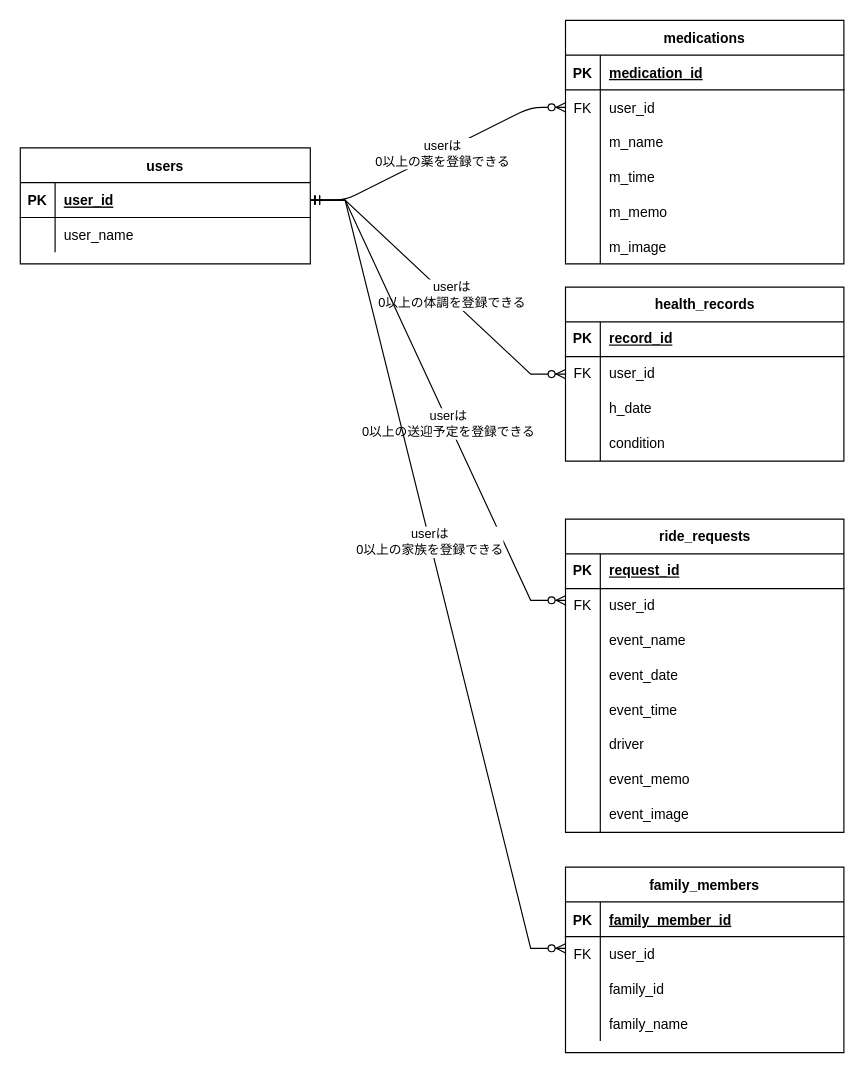
Before: 名称未設定ファイル.drawio in Fumiha/coupleApp, a draw.io diagram. Source tidied: cells renumbered, new cells numbered last; positions are measured from the earlier drawing's top-left corner, leaving out a move shared by most shapes. Both pictures are drawn from the tidied source at 116%, with x=0, y=0 at pixel (20, 20).
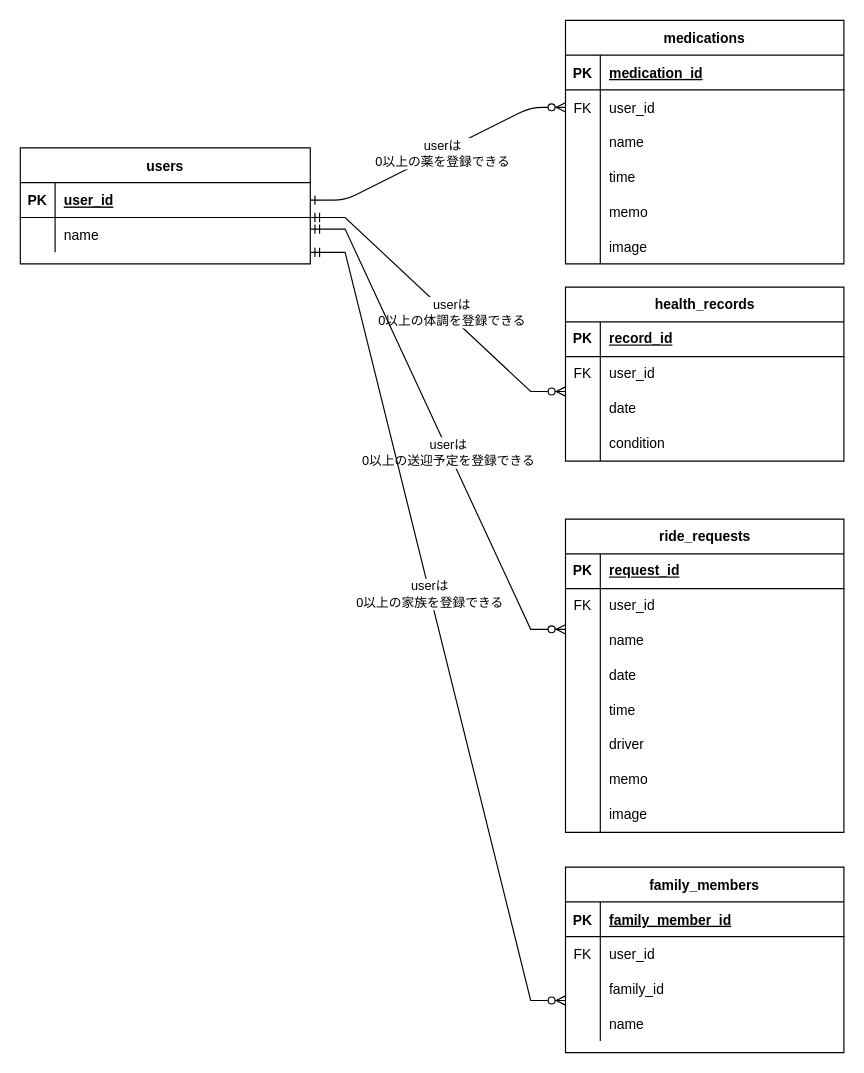
After the change.

Commit message:
名称未設定ファイル.drawio を更新します

The change refers to these unchanged cells:
```xml
<mxCell id="11" style="shape=partialRectangle;fillColor=none;top=0;left=0;right=0;bottom=0;" parent="4" vertex="1">
  <mxGeometry y="90" width="240" height="30" as="geometry" />
</mxCell>
<mxCell id="14" style="shape=partialRectangle;fillColor=none;top=0;left=0;right=0;bottom=0;" parent="4" vertex="1">
  <mxGeometry y="120" width="240" height="30" as="geometry" />
</mxCell>
<mxCell id="17" style="shape=partialRectangle;fillColor=none;top=0;left=0;right=0;bottom=0;" parent="4" vertex="1">
  <mxGeometry y="150" width="240" height="30" as="geometry" />
</mxCell>
<mxCell id="20" style="shape=partialRectangle;fillColor=none;top=0;left=0;right=0;bottom=0;" parent="4" vertex="1">
  <mxGeometry y="180" width="240" height="30" as="geometry" />
</mxCell>
<mxCell id="33" style="shape=partialRectangle;fillColor=none;top=0;left=0;right=0;bottom=0;" parent="23" vertex="1">
  <mxGeometry y="120" width="240" height="30" as="geometry" />
</mxCell>
<mxCell id="37" style="shape=partialRectangle;fillColor=none;points=[[0,0.5],[1,0.5]];portConstraint=eastwest;top=0;left=0;right=0;bottom=1;" parent="36" vertex="1">
  <mxGeometry y="30" width="250" height="30" as="geometry" />
</mxCell>
<mxCell id="40" style="shape=partialRectangle;fillColor=none;top=0;left=0;right=0;bottom=0;" parent="36" vertex="1">
  <mxGeometry y="60" width="250" height="30" as="geometry" />
</mxCell>
<mxCell id="50" style="shape=tableRow;horizontal=0;startSize=0;swimlaneHead=0;swimlaneBody=0;fillColor=none;top=0;left=0;right=0;bottom=0;" parent="43" vertex="1">
  <mxGeometry y="90" width="240" height="30" as="geometry" />
</mxCell>
<mxCell id="53" style="shape=tableRow;horizontal=0;startSize=0;swimlaneHead=0;swimlaneBody=0;fillColor=none;top=0;left=0;right=0;bottom=0;" parent="43" vertex="1">
  <mxGeometry y="120" width="240" height="30" as="geometry" />
</mxCell>
<mxCell id="56" style="shape=tableRow;horizontal=0;startSize=0;swimlaneHead=0;swimlaneBody=0;fillColor=none;top=0;left=0;right=0;bottom=0;" parent="43" vertex="1">
  <mxGeometry y="150" width="240" height="30" as="geometry" />
</mxCell>
<mxCell id="62" style="shape=tableRow;horizontal=0;startSize=0;swimlaneHead=0;swimlaneBody=0;fillColor=none;top=0;left=0;right=0;bottom=0;" parent="43" vertex="1">
  <mxGeometry y="210" width="240" height="30" as="geometry" />
</mxCell>
<mxCell id="65" style="shape=tableRow;horizontal=0;startSize=0;swimlaneHead=0;swimlaneBody=0;fillColor=none;top=0;left=0;right=0;bottom=0;" parent="43" vertex="1">
  <mxGeometry y="240" width="240" height="30" as="geometry" />
</mxCell>
<mxCell id="72" style="shape=tableRow;horizontal=0;startSize=0;swimlaneHead=0;swimlaneBody=0;fillColor=none;points=[[0,0.5],[1,0.5]];portConstraint=eastwest;top=0;left=0;right=0;bottom=0;" parent="68" vertex="1">
  <mxGeometry y="60" width="240" height="30" as="geometry" />
</mxCell>
<mxCell id="75" style="shape=tableRow;horizontal=0;startSize=0;swimlaneHead=0;swimlaneBody=0;fillColor=none;top=0;left=0;right=0;bottom=0;" parent="68" vertex="1">
  <mxGeometry y="90" width="240" height="30" as="geometry" />
</mxCell>
```

The edit, as a diff of the source:
```diff
@@
-    <mxCell id="13" value="m_name" style="shape=partialRectangle;overflow=hidden;fillColor=none;top=0;left=0;bottom=0;right=0;align=left;spacingLeft=6;" parent="11" vertex="1">
+    <mxCell id="13" value="name" style="shape=partialRectangle;overflow=hidden;fillColor=none;top=0;left=0;bottom=0;right=0;align=left;spacingLeft=6;" parent="11" vertex="1">
       <mxGeometry x="30" width="210" height="30" as="geometry" />
     </mxCell>
@@
-    <mxCell id="16" value="m_time" style="shape=partialRectangle;overflow=hidden;fillColor=none;top=0;left=0;bottom=0;right=0;align=left;spacingLeft=6;" parent="14" vertex="1">
+    <mxCell id="16" value="time" style="shape=partialRectangle;overflow=hidden;fillColor=none;top=0;left=0;bottom=0;right=0;align=left;spacingLeft=6;" parent="14" vertex="1">
       <mxGeometry x="30" width="210" height="30" as="geometry" />
     </mxCell>
@@
-    <mxCell id="19" value="m_memo" style="shape=partialRectangle;overflow=hidden;fillColor=none;top=0;left=0;bottom=0;right=0;align=left;spacingLeft=6;" parent="17" vertex="1">
+    <mxCell id="19" value="memo" style="shape=partialRectangle;overflow=hidden;fillColor=none;top=0;left=0;bottom=0;right=0;align=left;spacingLeft=6;" parent="17" vertex="1">
       <mxGeometry x="30" width="210" height="30" as="geometry" />
     </mxCell>
@@
-    <mxCell id="22" value="m_image" style="shape=partialRectangle;overflow=hidden;fillColor=none;top=0;left=0;bottom=0;right=0;align=left;spacingLeft=6;" parent="20" vertex="1">
+    <mxCell id="22" value="image" style="shape=partialRectangle;overflow=hidden;fillColor=none;top=0;left=0;bottom=0;right=0;align=left;spacingLeft=6;" parent="20" vertex="1">
       <mxGeometry x="30" width="210" height="30" as="geometry" />
     </mxCell>
@@
-    <mxCell id="35" value="family_name" style="shape=partialRectangle;overflow=hidden;fillColor=none;top=0;left=0;bottom=0;right=0;align=left;spacingLeft=6;" parent="33" vertex="1">
+    <mxCell id="35" value="name" style="shape=partialRectangle;overflow=hidden;fillColor=none;top=0;left=0;bottom=0;right=0;align=left;spacingLeft=6;" parent="33" vertex="1">
       <mxGeometry x="30" width="210" height="30" as="geometry" />
     </mxCell>
@@
-    <mxCell id="42" value="user_name" style="shape=partialRectangle;overflow=hidden;fillColor=none;top=0;left=0;bottom=0;right=0;align=left;spacingLeft=6;" parent="40" vertex="1">
+    <mxCell id="42" value="name" style="shape=partialRectangle;overflow=hidden;fillColor=none;top=0;left=0;bottom=0;right=0;align=left;spacingLeft=6;" parent="40" vertex="1">
       <mxGeometry x="30" width="220" height="30" as="geometry" />
     </mxCell>
@@
-    <mxCell id="52" value="event_name" style="shape=partialRectangle;fillColor=none;top=0;left=0;bottom=0;right=0;align=left;spacingLeft=6;overflow=hidden;whiteSpace=wrap;html=1;" parent="50" vertex="1">
+    <mxCell id="52" value="name" style="shape=partialRectangle;fillColor=none;top=0;left=0;bottom=0;right=0;align=left;spacingLeft=6;overflow=hidden;whiteSpace=wrap;html=1;" parent="50" vertex="1">
       <mxGeometry x="30" width="210" height="30" as="geometry" />
     </mxCell>
@@
-    <mxCell id="55" value="event_date" style="shape=partialRectangle;fillColor=none;top=0;left=0;bottom=0;right=0;align=left;spacingLeft=6;overflow=hidden;whiteSpace=wrap;html=1;" parent="53" vertex="1">
+    <mxCell id="55" value="date" style="shape=partialRectangle;fillColor=none;top=0;left=0;bottom=0;right=0;align=left;spacingLeft=6;overflow=hidden;whiteSpace=wrap;html=1;" parent="53" vertex="1">
       <mxGeometry x="30" width="210" height="30" as="geometry" />
     </mxCell>
@@
-    <mxCell id="58" value="event_time" style="shape=partialRectangle;fillColor=none;top=0;left=0;bottom=0;right=0;align=left;spacingLeft=6;overflow=hidden;whiteSpace=wrap;html=1;" parent="56" vertex="1">
+    <mxCell id="58" value="time" style="shape=partialRectangle;fillColor=none;top=0;left=0;bottom=0;right=0;align=left;spacingLeft=6;overflow=hidden;whiteSpace=wrap;html=1;" parent="56" vertex="1">
       <mxGeometry x="30" width="210" height="30" as="geometry" />
     </mxCell>
@@
-    <mxCell id="64" value="event_memo" style="shape=partialRectangle;fillColor=none;top=0;left=0;bottom=0;right=0;align=left;spacingLeft=6;overflow=hidden;whiteSpace=wrap;html=1;" parent="62" vertex="1">
+    <mxCell id="64" value="memo" style="shape=partialRectangle;fillColor=none;top=0;left=0;bottom=0;right=0;align=left;spacingLeft=6;overflow=hidden;whiteSpace=wrap;html=1;" parent="62" vertex="1">
       <mxGeometry x="30" width="210" height="30" as="geometry" />
     </mxCell>
@@
-    <mxCell id="67" value="event_image" style="shape=partialRectangle;fillColor=none;top=0;left=0;bottom=0;right=0;align=left;spacingLeft=6;overflow=hidden;whiteSpace=wrap;html=1;" parent="65" vertex="1">
+    <mxCell id="67" value="image" style="shape=partialRectangle;fillColor=none;top=0;left=0;bottom=0;right=0;align=left;spacingLeft=6;overflow=hidden;whiteSpace=wrap;html=1;" parent="65" vertex="1">
       <mxGeometry x="30" width="210" height="30" as="geometry" />
     </mxCell>
@@
-    <mxCell id="77" value="h_date" style="shape=partialRectangle;fillColor=none;top=0;left=0;bottom=0;right=0;align=left;spacingLeft=6;overflow=hidden;whiteSpace=wrap;html=1;" parent="75" vertex="1">
+    <mxCell id="77" value="date" style="shape=partialRectangle;fillColor=none;top=0;left=0;bottom=0;right=0;align=left;spacingLeft=6;overflow=hidden;whiteSpace=wrap;html=1;" parent="75" vertex="1">
       <mxGeometry x="30" width="210" height="30" as="geometry" />
     </mxCell>
@@
-    <mxCell id="81" style="edgeStyle=entityRelationEdgeStyle;fontSize=12;html=1;endArrow=ERzeroToMany;startArrow=ERmandOne;rounded=0;entryX=0;entryY=0.5;entryDx=0;entryDy=0;" parent="1" edge="1" source="37" target="72">
-      <mxGeometry relative="1" as="geometry" />
+    <mxCell id="81" style="edgeStyle=entityRelationEdgeStyle;fontSize=12;html=1;endArrow=ERzeroToMany;startArrow=ERmandOne;rounded=0;entryX=0;entryY=0.5;entryDx=0;entryDy=0;" parent="1" edge="1">
+      <mxGeometry relative="1" as="geometry">
+        <mxPoint x="250" y="170" as="sourcePoint" />
+        <mxPoint x="470" y="320" as="targetPoint" />
+      </mxGeometry>
     </mxCell>
@@
-    <mxCell id="83" style="edgeStyle=entityRelationEdgeStyle;fontSize=12;html=1;endArrow=ERzeroToMany;startArrow=ERmandOne;rounded=0;entryX=0;entryY=0.5;entryDx=0;entryDy=0;exitX=1;exitY=0.5;exitDx=0;exitDy=0;" parent="1" edge="1" source="37">
+    <mxCell id="83" style="edgeStyle=entityRelationEdgeStyle;fontSize=12;html=1;endArrow=ERzeroToMany;startArrow=ERmandOne;rounded=0;entryX=0;entryY=0.5;entryDx=0;entryDy=0;exitX=1;exitY=0.5;exitDx=0;exitDy=0;" parent="1" edge="1">
       <mxGeometry relative="1" as="geometry">
-        <mxPoint x="470" y="500" as="targetPoint" />
+        <mxPoint x="250" y="180" as="sourcePoint" />
+        <mxPoint x="470" y="525" as="targetPoint" />
       </mxGeometry>
     </mxCell>
@@
-    <mxCell id="85" style="edgeStyle=entityRelationEdgeStyle;fontSize=12;html=1;endArrow=ERzeroToMany;startArrow=ERmandOne;rounded=0;entryX=0;entryY=0.5;entryDx=0;entryDy=0;exitX=1;exitY=0.5;exitDx=0;exitDy=0;" parent="1" edge="1" source="37">
+    <mxCell id="85" style="edgeStyle=entityRelationEdgeStyle;fontSize=12;html=1;endArrow=ERzeroToMany;startArrow=ERmandOne;rounded=0;entryX=0;entryY=0.5;entryDx=0;entryDy=0;exitX=1;exitY=0.5;exitDx=0;exitDy=0;" parent="1" edge="1">
       <mxGeometry relative="1" as="geometry">
-        <mxPoint x="470" y="800" as="targetPoint" />
+        <mxPoint x="250" y="200" as="sourcePoint" />
+        <mxPoint x="470" y="845" as="targetPoint" />
       </mxGeometry>
     </mxCell>
```
